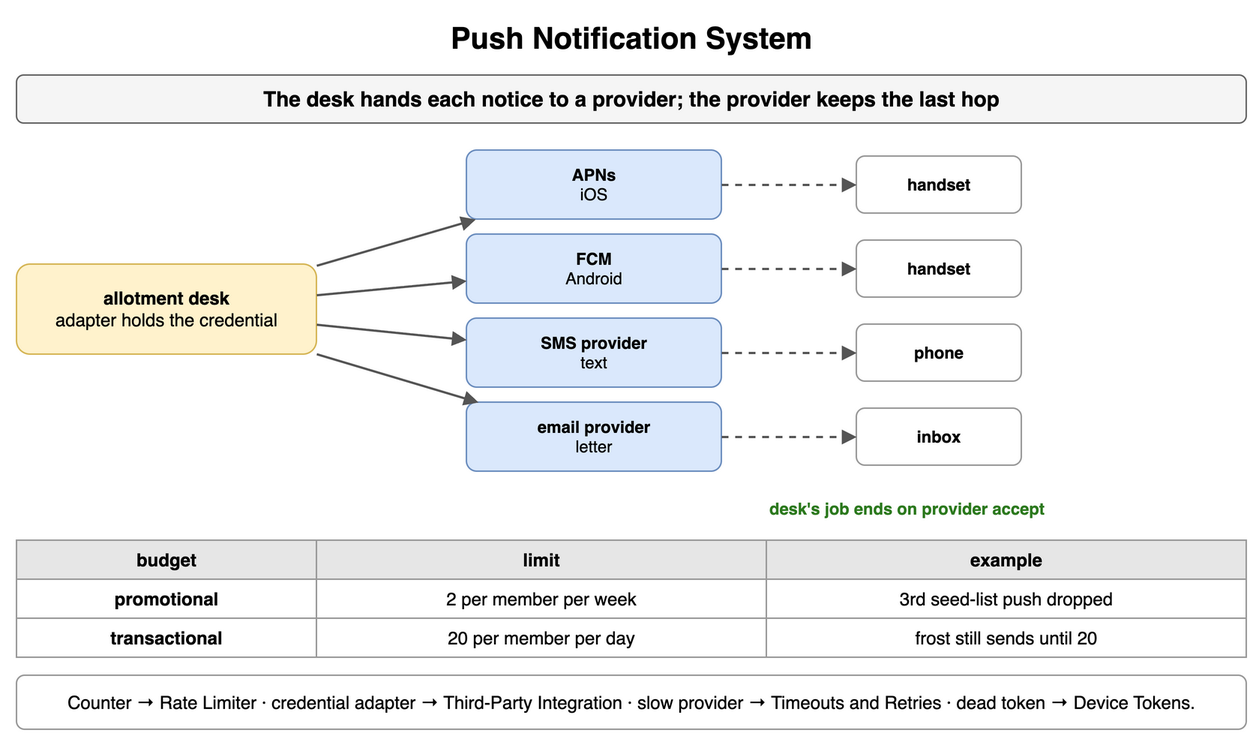
Above: content/09_System_Design_Interview/21_Real_Time_and_Notification_Systems/diagrams/notifications-1-push-notification-system.png in amendez13/swe-study-guide (draw.io), before the change. Source tidied: cells renumbered, new cells last; positions are measured from the earlier drawing's top-left corner, leaving out a move shared by most shapes. The source it was exported from:
```xml
<mxGraphModel>
  <root>
    <mxCell id="0" />
    <mxCell id="1" parent="0" />
    <mxCell id="2" value="Push Notification System" style="text;html=1;align=center;verticalAlign=middle;whiteSpace=wrap;fontSize=20;fontStyle=1;" parent="1" vertex="1">
      <mxGeometry width="820" height="30" as="geometry" />
    </mxCell>
    <mxCell id="3" value="The desk hands each notice to a provider; the provider keeps the last hop" style="rounded=1;whiteSpace=wrap;html=1;fillColor=#f5f5f5;strokeColor=#666666;fontStyle=1;fontSize=14;" parent="1" vertex="1">
      <mxGeometry y="40" width="820" height="32" as="geometry" />
    </mxCell>
    <mxCell id="4" value="allotment desk&lt;br&gt;&lt;span style='font-weight:normal'&gt;adapter holds the credential&lt;/span&gt;" style="rounded=1;whiteSpace=wrap;html=1;fillColor=#fff2cc;strokeColor=#d6b656;fontSize=12;align=center;fontStyle=1;" parent="1" vertex="1">
      <mxGeometry y="166" width="200" height="60" as="geometry" />
    </mxCell>
    <mxCell id="5" value="APNs&lt;br&gt;&lt;span style='font-weight:normal'&gt;iOS&lt;/span&gt;" style="rounded=1;whiteSpace=wrap;html=1;fillColor=#dae8fc;strokeColor=#6c8ebf;fontSize=11;align=center;fontStyle=1;" parent="1" vertex="1">
      <mxGeometry x="300" y="90" width="170" height="46" as="geometry" />
    </mxCell>
    <mxCell id="6" style="endArrow=block;endSize=6;html=1;strokeWidth=1.5;strokeColor=#555555;fontSize=11;labelBackgroundColor=#ffffff;" parent="1" edge="1" source="4" target="5">
      <mxGeometry relative="1" as="geometry" />
    </mxCell>
    <mxCell id="7" value="handset" style="rounded=1;whiteSpace=wrap;html=1;fillColor=#ffffff;strokeColor=#999999;fontSize=11;align=center;fontStyle=1;" parent="1" vertex="1">
      <mxGeometry x="560" y="94" width="110" height="38" as="geometry" />
    </mxCell>
    <mxCell id="8" style="endArrow=block;endSize=6;html=1;strokeWidth=1.5;strokeColor=#555555;fontSize=11;labelBackgroundColor=#ffffff;dashed=1;" parent="1" edge="1" source="5" target="7">
      <mxGeometry relative="1" as="geometry" />
    </mxCell>
    <mxCell id="9" value="FCM&lt;br&gt;&lt;span style='font-weight:normal'&gt;Android&lt;/span&gt;" style="rounded=1;whiteSpace=wrap;html=1;fillColor=#dae8fc;strokeColor=#6c8ebf;fontSize=11;align=center;fontStyle=1;" parent="1" vertex="1">
      <mxGeometry x="300" y="146" width="170" height="46" as="geometry" />
    </mxCell>
    <mxCell id="10" style="endArrow=block;endSize=6;html=1;strokeWidth=1.5;strokeColor=#555555;fontSize=11;labelBackgroundColor=#ffffff;" parent="1" edge="1" source="4" target="9">
      <mxGeometry relative="1" as="geometry" />
    </mxCell>
    <mxCell id="11" value="handset" style="rounded=1;whiteSpace=wrap;html=1;fillColor=#ffffff;strokeColor=#999999;fontSize=11;align=center;fontStyle=1;" parent="1" vertex="1">
      <mxGeometry x="560" y="150" width="110" height="38" as="geometry" />
    </mxCell>
    <mxCell id="12" style="endArrow=block;endSize=6;html=1;strokeWidth=1.5;strokeColor=#555555;fontSize=11;labelBackgroundColor=#ffffff;dashed=1;" parent="1" edge="1" source="9" target="11">
      <mxGeometry relative="1" as="geometry" />
    </mxCell>
    <mxCell id="13" value="SMS provider&lt;br&gt;&lt;span style='font-weight:normal'&gt;text&lt;/span&gt;" style="rounded=1;whiteSpace=wrap;html=1;fillColor=#dae8fc;strokeColor=#6c8ebf;fontSize=11;align=center;fontStyle=1;" parent="1" vertex="1">
      <mxGeometry x="300" y="202" width="170" height="46" as="geometry" />
    </mxCell>
    <mxCell id="14" style="endArrow=block;endSize=6;html=1;strokeWidth=1.5;strokeColor=#555555;fontSize=11;labelBackgroundColor=#ffffff;" parent="1" edge="1" source="4" target="13">
      <mxGeometry relative="1" as="geometry" />
    </mxCell>
    <mxCell id="15" value="phone" style="rounded=1;whiteSpace=wrap;html=1;fillColor=#ffffff;strokeColor=#999999;fontSize=11;align=center;fontStyle=1;" parent="1" vertex="1">
      <mxGeometry x="560" y="206" width="110" height="38" as="geometry" />
    </mxCell>
    <mxCell id="16" style="endArrow=block;endSize=6;html=1;strokeWidth=1.5;strokeColor=#555555;fontSize=11;labelBackgroundColor=#ffffff;dashed=1;" parent="1" edge="1" source="13" target="15">
      <mxGeometry relative="1" as="geometry" />
    </mxCell>
    <mxCell id="17" value="email provider&lt;br&gt;&lt;span style='font-weight:normal'&gt;letter&lt;/span&gt;" style="rounded=1;whiteSpace=wrap;html=1;fillColor=#dae8fc;strokeColor=#6c8ebf;fontSize=11;align=center;fontStyle=1;" parent="1" vertex="1">
      <mxGeometry x="300" y="258" width="170" height="46" as="geometry" />
    </mxCell>
    <mxCell id="18" style="endArrow=block;endSize=6;html=1;strokeWidth=1.5;strokeColor=#555555;fontSize=11;labelBackgroundColor=#ffffff;" parent="1" edge="1" source="4" target="17">
      <mxGeometry relative="1" as="geometry" />
    </mxCell>
    <mxCell id="19" value="inbox" style="rounded=1;whiteSpace=wrap;html=1;fillColor=#ffffff;strokeColor=#999999;fontSize=11;align=center;fontStyle=1;" parent="1" vertex="1">
      <mxGeometry x="560" y="262" width="110" height="38" as="geometry" />
    </mxCell>
    <mxCell id="20" style="endArrow=block;endSize=6;html=1;strokeWidth=1.5;strokeColor=#555555;fontSize=11;labelBackgroundColor=#ffffff;dashed=1;" parent="1" edge="1" source="17" target="19">
      <mxGeometry relative="1" as="geometry" />
    </mxCell>
    <mxCell id="21" value="desk's job ends on provider accept" style="text;html=1;whiteSpace=wrap;fontSize=11;align=left;verticalAlign=middle;fontSize=11;fontColor=#2d7a1f;fontStyle=1;" parent="1" vertex="1">
      <mxGeometry x="500" y="320" width="320" height="18" as="geometry" />
    </mxCell>
    <mxCell id="22" value="budget" style="whiteSpace=wrap;html=1;fillColor=#e6e6e6;strokeColor=#999999;fontStyle=1;fontSize=12;" parent="1" vertex="1">
      <mxGeometry y="350" width="200" height="26" as="geometry" />
    </mxCell>
    <mxCell id="23" value="limit" style="whiteSpace=wrap;html=1;fillColor=#e6e6e6;strokeColor=#999999;fontStyle=1;fontSize=12;" parent="1" vertex="1">
      <mxGeometry x="200" y="350" width="300" height="26" as="geometry" />
    </mxCell>
    <mxCell id="24" value="example" style="whiteSpace=wrap;html=1;fillColor=#e6e6e6;strokeColor=#999999;fontStyle=1;fontSize=12;" parent="1" vertex="1">
      <mxGeometry x="500" y="350" width="320" height="26" as="geometry" />
    </mxCell>
    <mxCell id="25" value="promotional" style="whiteSpace=wrap;html=1;strokeColor=#999999;fontSize=12;fillColor=#ffffff;fontStyle=1;" parent="1" vertex="1">
      <mxGeometry y="376" width="200" height="26" as="geometry" />
    </mxCell>
    <mxCell id="26" value="2 per member per week" style="whiteSpace=wrap;html=1;strokeColor=#999999;fontSize=12;fillColor=#ffffff;" parent="1" vertex="1">
      <mxGeometry x="200" y="376" width="300" height="26" as="geometry" />
    </mxCell>
    <mxCell id="27" value="3rd seed-list push dropped" style="whiteSpace=wrap;html=1;strokeColor=#999999;fontSize=12;fillColor=#ffffff;" parent="1" vertex="1">
      <mxGeometry x="500" y="376" width="320" height="26" as="geometry" />
    </mxCell>
    <mxCell id="28" value="transactional" style="whiteSpace=wrap;html=1;strokeColor=#999999;fontSize=12;fillColor=#ffffff;fontStyle=1;" parent="1" vertex="1">
      <mxGeometry y="402" width="200" height="26" as="geometry" />
    </mxCell>
    <mxCell id="29" value="20 per member per day" style="whiteSpace=wrap;html=1;strokeColor=#999999;fontSize=12;fillColor=#ffffff;" parent="1" vertex="1">
      <mxGeometry x="200" y="402" width="300" height="26" as="geometry" />
    </mxCell>
    <mxCell id="30" value="frost still sends until 20" style="whiteSpace=wrap;html=1;strokeColor=#999999;fontSize=12;fillColor=#ffffff;" parent="1" vertex="1">
      <mxGeometry x="500" y="402" width="320" height="26" as="geometry" />
    </mxCell>
    <mxCell id="31" value="Counter → Rate Limiter · credential adapter → Third-Party Integration · slow provider → Timeouts and Retries · dead token → Device Tokens." style="rounded=1;whiteSpace=wrap;html=1;fillColor=#ffffff;strokeColor=#999999;fontSize=12;align=center;" parent="1" vertex="1">
      <mxGeometry y="440" width="820" height="36" as="geometry" />
    </mxCell>
  </root>
</mxGraphModel>
```
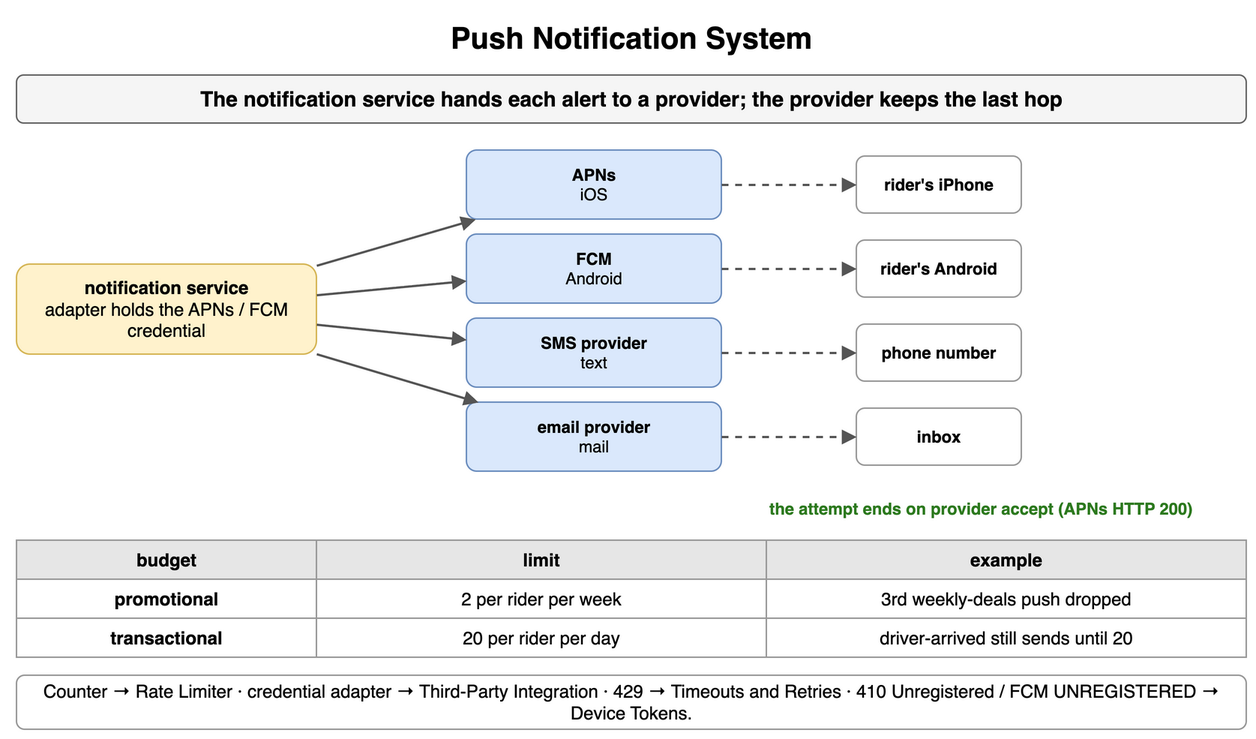
Later version of the same file.

Change to the diagram source:
```diff
@@ -5,10 +5,10 @@
     <mxCell id="2" value="Push Notification System" style="text;html=1;align=center;verticalAlign=middle;whiteSpace=wrap;fontSize=20;fontStyle=1;" parent="1" vertex="1">
       <mxGeometry width="820" height="30" as="geometry" />
     </mxCell>
-    <mxCell id="3" value="The desk hands each notice to a provider; the provider keeps the last hop" style="rounded=1;whiteSpace=wrap;html=1;fillColor=#f5f5f5;strokeColor=#666666;fontStyle=1;fontSize=14;" parent="1" vertex="1">
+    <mxCell id="3" value="The notification service hands each alert to a provider; the provider keeps the last hop" style="rounded=1;whiteSpace=wrap;html=1;fillColor=#f5f5f5;strokeColor=#666666;fontStyle=1;fontSize=14;" parent="1" vertex="1">
       <mxGeometry y="40" width="820" height="32" as="geometry" />
     </mxCell>
-    <mxCell id="4" value="allotment desk&lt;br&gt;&lt;span style='font-weight:normal'&gt;adapter holds the credential&lt;/span&gt;" style="rounded=1;whiteSpace=wrap;html=1;fillColor=#fff2cc;strokeColor=#d6b656;fontSize=12;align=center;fontStyle=1;" parent="1" vertex="1">
+    <mxCell id="4" value="notification service&lt;br&gt;&lt;span style='font-weight:normal'&gt;adapter holds the APNs / FCM credential&lt;/span&gt;" style="rounded=1;whiteSpace=wrap;html=1;fillColor=#fff2cc;strokeColor=#d6b656;fontSize=12;align=center;fontStyle=1;" parent="1" vertex="1">
       <mxGeometry y="166" width="200" height="60" as="geometry" />
     </mxCell>
     <mxCell id="5" value="APNs&lt;br&gt;&lt;span style='font-weight:normal'&gt;iOS&lt;/span&gt;" style="rounded=1;whiteSpace=wrap;html=1;fillColor=#dae8fc;strokeColor=#6c8ebf;fontSize=11;align=center;fontStyle=1;" parent="1" vertex="1">
@@ -17,7 +17,7 @@
     <mxCell id="6" style="endArrow=block;endSize=6;html=1;strokeWidth=1.5;strokeColor=#555555;fontSize=11;labelBackgroundColor=#ffffff;" parent="1" edge="1" source="4" target="5">
       <mxGeometry relative="1" as="geometry" />
     </mxCell>
-    <mxCell id="7" value="handset" style="rounded=1;whiteSpace=wrap;html=1;fillColor=#ffffff;strokeColor=#999999;fontSize=11;align=center;fontStyle=1;" parent="1" vertex="1">
+    <mxCell id="7" value="rider's iPhone" style="rounded=1;whiteSpace=wrap;html=1;fillColor=#ffffff;strokeColor=#999999;fontSize=11;align=center;fontStyle=1;" parent="1" vertex="1">
       <mxGeometry x="560" y="94" width="110" height="38" as="geometry" />
     </mxCell>
     <mxCell id="8" style="endArrow=block;endSize=6;html=1;strokeWidth=1.5;strokeColor=#555555;fontSize=11;labelBackgroundColor=#ffffff;dashed=1;" parent="1" edge="1" source="5" target="7">
@@ -29,7 +29,7 @@
     <mxCell id="10" style="endArrow=block;endSize=6;html=1;strokeWidth=1.5;strokeColor=#555555;fontSize=11;labelBackgroundColor=#ffffff;" parent="1" edge="1" source="4" target="9">
       <mxGeometry relative="1" as="geometry" />
     </mxCell>
-    <mxCell id="11" value="handset" style="rounded=1;whiteSpace=wrap;html=1;fillColor=#ffffff;strokeColor=#999999;fontSize=11;align=center;fontStyle=1;" parent="1" vertex="1">
+    <mxCell id="11" value="rider's Android" style="rounded=1;whiteSpace=wrap;html=1;fillColor=#ffffff;strokeColor=#999999;fontSize=11;align=center;fontStyle=1;" parent="1" vertex="1">
       <mxGeometry x="560" y="150" width="110" height="38" as="geometry" />
     </mxCell>
     <mxCell id="12" style="endArrow=block;endSize=6;html=1;strokeWidth=1.5;strokeColor=#555555;fontSize=11;labelBackgroundColor=#ffffff;dashed=1;" parent="1" edge="1" source="9" target="11">
@@ -41,13 +41,13 @@
     <mxCell id="14" style="endArrow=block;endSize=6;html=1;strokeWidth=1.5;strokeColor=#555555;fontSize=11;labelBackgroundColor=#ffffff;" parent="1" edge="1" source="4" target="13">
       <mxGeometry relative="1" as="geometry" />
     </mxCell>
-    <mxCell id="15" value="phone" style="rounded=1;whiteSpace=wrap;html=1;fillColor=#ffffff;strokeColor=#999999;fontSize=11;align=center;fontStyle=1;" parent="1" vertex="1">
+    <mxCell id="15" value="phone number" style="rounded=1;whiteSpace=wrap;html=1;fillColor=#ffffff;strokeColor=#999999;fontSize=11;align=center;fontStyle=1;" parent="1" vertex="1">
       <mxGeometry x="560" y="206" width="110" height="38" as="geometry" />
     </mxCell>
     <mxCell id="16" style="endArrow=block;endSize=6;html=1;strokeWidth=1.5;strokeColor=#555555;fontSize=11;labelBackgroundColor=#ffffff;dashed=1;" parent="1" edge="1" source="13" target="15">
       <mxGeometry relative="1" as="geometry" />
     </mxCell>
-    <mxCell id="17" value="email provider&lt;br&gt;&lt;span style='font-weight:normal'&gt;letter&lt;/span&gt;" style="rounded=1;whiteSpace=wrap;html=1;fillColor=#dae8fc;strokeColor=#6c8ebf;fontSize=11;align=center;fontStyle=1;" parent="1" vertex="1">
+    <mxCell id="17" value="email provider&lt;br&gt;&lt;span style='font-weight:normal'&gt;mail&lt;/span&gt;" style="rounded=1;whiteSpace=wrap;html=1;fillColor=#dae8fc;strokeColor=#6c8ebf;fontSize=11;align=center;fontStyle=1;" parent="1" vertex="1">
       <mxGeometry x="300" y="258" width="170" height="46" as="geometry" />
     </mxCell>
     <mxCell id="18" style="endArrow=block;endSize=6;html=1;strokeWidth=1.5;strokeColor=#555555;fontSize=11;labelBackgroundColor=#ffffff;" parent="1" edge="1" source="4" target="17">
@@ -59,7 +59,7 @@
     <mxCell id="20" style="endArrow=block;endSize=6;html=1;strokeWidth=1.5;strokeColor=#555555;fontSize=11;labelBackgroundColor=#ffffff;dashed=1;" parent="1" edge="1" source="17" target="19">
       <mxGeometry relative="1" as="geometry" />
     </mxCell>
-    <mxCell id="21" value="desk's job ends on provider accept" style="text;html=1;whiteSpace=wrap;fontSize=11;align=left;verticalAlign=middle;fontSize=11;fontColor=#2d7a1f;fontStyle=1;" parent="1" vertex="1">
+    <mxCell id="21" value="the attempt ends on provider accept (APNs HTTP 200)" style="text;html=1;whiteSpace=wrap;fontSize=11;align=left;verticalAlign=middle;fontSize=11;fontColor=#2d7a1f;fontStyle=1;" parent="1" vertex="1">
       <mxGeometry x="500" y="320" width="320" height="18" as="geometry" />
     </mxCell>
     <mxCell id="22" value="budget" style="whiteSpace=wrap;html=1;fillColor=#e6e6e6;strokeColor=#999999;fontStyle=1;fontSize=12;" parent="1" vertex="1">
@@ -74,22 +74,22 @@
     <mxCell id="25" value="promotional" style="whiteSpace=wrap;html=1;strokeColor=#999999;fontSize=12;fillColor=#ffffff;fontStyle=1;" parent="1" vertex="1">
       <mxGeometry y="376" width="200" height="26" as="geometry" />
     </mxCell>
-    <mxCell id="26" value="2 per member per week" style="whiteSpace=wrap;html=1;strokeColor=#999999;fontSize=12;fillColor=#ffffff;" parent="1" vertex="1">
+    <mxCell id="26" value="2 per rider per week" style="whiteSpace=wrap;html=1;strokeColor=#999999;fontSize=12;fillColor=#ffffff;" parent="1" vertex="1">
       <mxGeometry x="200" y="376" width="300" height="26" as="geometry" />
     </mxCell>
-    <mxCell id="27" value="3rd seed-list push dropped" style="whiteSpace=wrap;html=1;strokeColor=#999999;fontSize=12;fillColor=#ffffff;" parent="1" vertex="1">
+    <mxCell id="27" value="3rd weekly-deals push dropped" style="whiteSpace=wrap;html=1;strokeColor=#999999;fontSize=12;fillColor=#ffffff;" parent="1" vertex="1">
       <mxGeometry x="500" y="376" width="320" height="26" as="geometry" />
     </mxCell>
     <mxCell id="28" value="transactional" style="whiteSpace=wrap;html=1;strokeColor=#999999;fontSize=12;fillColor=#ffffff;fontStyle=1;" parent="1" vertex="1">
       <mxGeometry y="402" width="200" height="26" as="geometry" />
     </mxCell>
-    <mxCell id="29" value="20 per member per day" style="whiteSpace=wrap;html=1;strokeColor=#999999;fontSize=12;fillColor=#ffffff;" parent="1" vertex="1">
+    <mxCell id="29" value="20 per rider per day" style="whiteSpace=wrap;html=1;strokeColor=#999999;fontSize=12;fillColor=#ffffff;" parent="1" vertex="1">
       <mxGeometry x="200" y="402" width="300" height="26" as="geometry" />
     </mxCell>
-    <mxCell id="30" value="frost still sends until 20" style="whiteSpace=wrap;html=1;strokeColor=#999999;fontSize=12;fillColor=#ffffff;" parent="1" vertex="1">
+    <mxCell id="30" value="driver-arrived still sends until 20" style="whiteSpace=wrap;html=1;strokeColor=#999999;fontSize=12;fillColor=#ffffff;" parent="1" vertex="1">
       <mxGeometry x="500" y="402" width="320" height="26" as="geometry" />
     </mxCell>
-    <mxCell id="31" value="Counter → Rate Limiter · credential adapter → Third-Party Integration · slow provider → Timeouts and Retries · dead token → Device Tokens." style="rounded=1;whiteSpace=wrap;html=1;fillColor=#ffffff;strokeColor=#999999;fontSize=12;align=center;" parent="1" vertex="1">
+    <mxCell id="31" value="Counter → Rate Limiter · credential adapter → Third-Party Integration · 429 → Timeouts and Retries · 410 Unregistered / FCM UNREGISTERED → Device Tokens." style="rounded=1;whiteSpace=wrap;html=1;fillColor=#ffffff;strokeColor=#999999;fontSize=12;align=center;" parent="1" vertex="1">
       <mxGeometry y="440" width="820" height="36" as="geometry" />
     </mxCell>
   </root>
```
